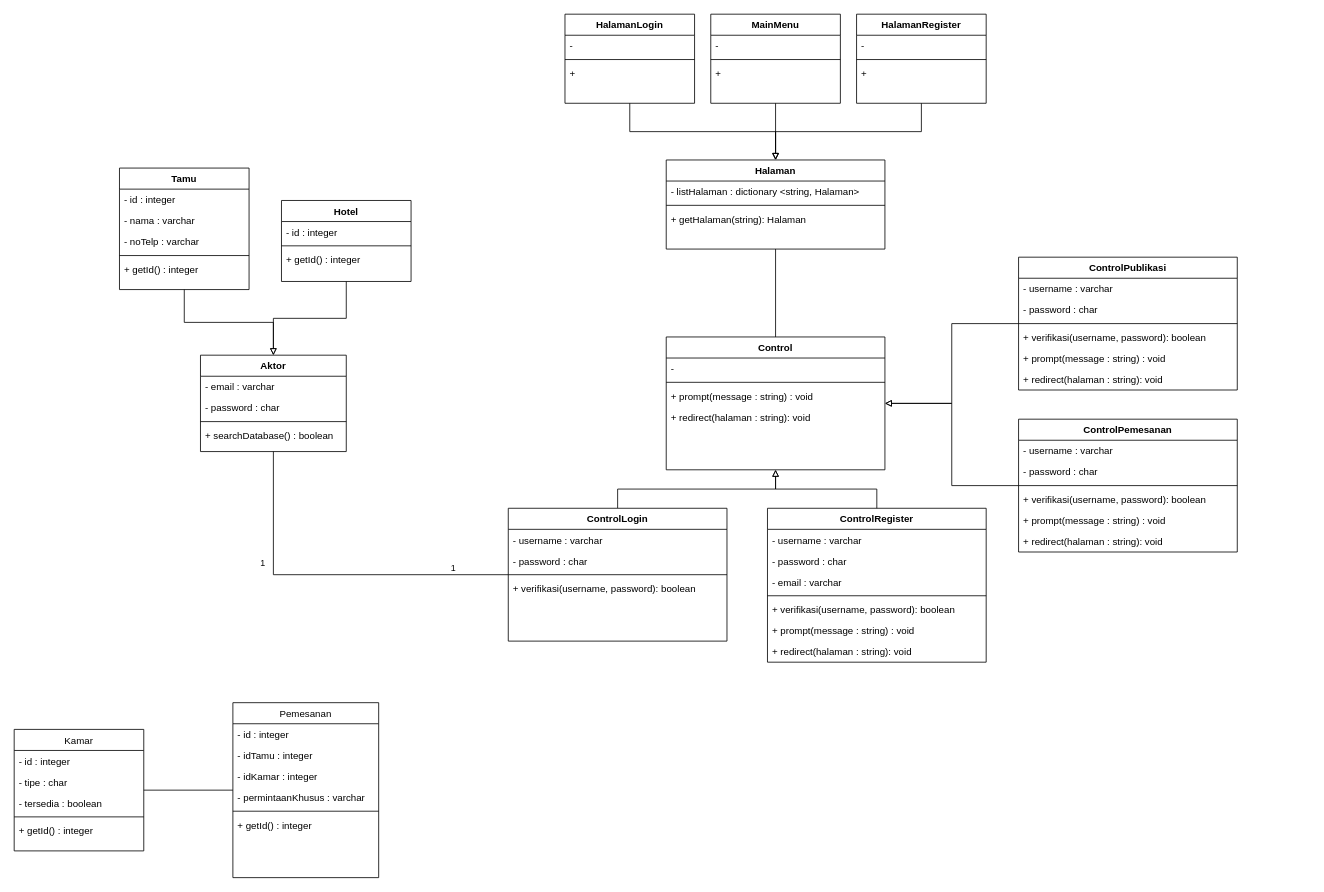
Before: modul8-aps.drawio in ahmrh/diagrams.net, a draw.io diagram. Source tidied: cells renumbered, new cells numbered last; positions are measured from the earlier drawing's top-left corner, leaving out a move shared by most shapes. Both pictures are drawn from the tidied source at 81%, with x=0, y=0 at pixel (14, 14).
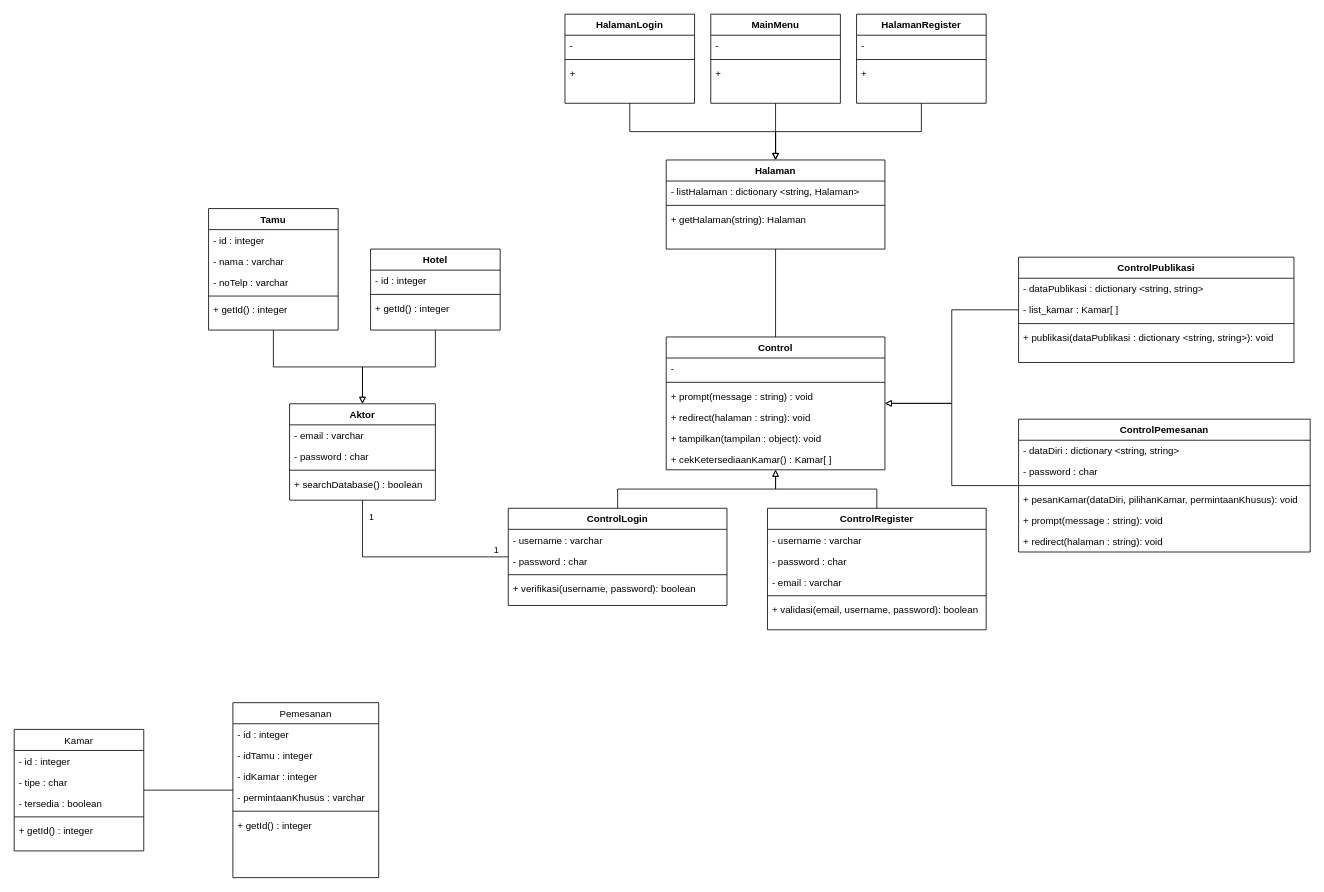
Above is the later version.

Unchanged cells that the change refers to:
```xml
<mxCell id="33" style="edgeStyle=orthogonalEdgeStyle;rounded=0;jettySize=auto;html=1;endArrow=none;endFill=0;" parent="1" edge="1" source="38" target="2">
  <mxGeometry relative="1" as="geometry" />
</mxCell>
<mxCell id="70" value="Control" style="swimlane;fontStyle=1;align=center;verticalAlign=top;horizontal=1;startSize=26;rounded=0;shadow=0;strokeWidth=1;" parent="1" vertex="1">
  <mxGeometry x="805" y="398.5" width="270" height="164" as="geometry" />
</mxCell>
```

What changed in the source:
```diff
@@
     <mxCell id="2" value="Aktor" style="swimlane;fontStyle=1;align=center;verticalAlign=top;horizontal=1;startSize=26;rounded=0;shadow=0;strokeWidth=1;" parent="1" vertex="1">
-      <mxGeometry x="230" y="421" width="180" height="119" as="geometry" />
+      <mxGeometry x="340" y="481" width="180" height="119" as="geometry" />
     </mxCell>
@@
     <mxCell id="8" value="Tamu" style="swimlane;fontStyle=1;align=center;verticalAlign=top;horizontal=1;startSize=26;rounded=0;shadow=0;strokeWidth=1;" parent="1" vertex="1">
-      <mxGeometry x="130" y="190" width="160" height="150" as="geometry" />
+      <mxGeometry x="240" y="240" width="160" height="150" as="geometry" />
     </mxCell>
@@
     <mxCell id="23" value="Hotel" style="swimlane;fontStyle=1;align=center;verticalAlign=top;horizontal=1;startSize=26;rounded=0;shadow=0;strokeWidth=1;" parent="1" vertex="1">
-      <mxGeometry x="330" y="230" width="160" height="100" as="geometry" />
+      <mxGeometry x="440" y="290" width="160" height="100" as="geometry" />
     </mxCell>
@@
     <mxCell id="34" value="1" style="edgeLabel;html=1;align=center;verticalAlign=middle;" parent="33" vertex="1">
       <mxGeometry x="0.35" y="-2" relative="1" as="geometry">
-        <mxPoint x="-16" y="-7" as="offset" />
+        <mxPoint x="-1" y="-48" as="offset" />
       </mxGeometry>
     </mxCell>
     <mxCell id="35" value="1" style="edgeLabel;html=1;align=center;verticalAlign=middle;" parent="33" vertex="1">
       <mxGeometry x="-0.66" y="-2" relative="1" as="geometry">
-        <mxPoint x="6" y="-7" as="offset" />
+        <mxPoint x="26" y="-7" as="offset" />
       </mxGeometry>
     </mxCell>
@@
     <mxCell id="38" value="ControlLogin" style="swimlane;fontStyle=1;align=center;verticalAlign=top;horizontal=1;startSize=26;rounded=0;shadow=0;strokeWidth=1;" parent="1" vertex="1">
-      <mxGeometry x="610" y="610" width="270" height="164" as="geometry" />
+      <mxGeometry x="610" y="610" width="270" height="120" as="geometry" />
     </mxCell>
@@
     <mxCell id="43" value="ControlRegister" style="swimlane;fontStyle=1;align=center;verticalAlign=top;horizontal=1;startSize=26;rounded=0;shadow=0;strokeWidth=1;" parent="1" vertex="1">
-      <mxGeometry x="930" y="610" width="270" height="190" as="geometry" />
+      <mxGeometry x="930" y="610" width="270" height="150" as="geometry" />
     </mxCell>
@@
-    <mxCell id="48" value="+ verifikasi(username, password): boolean" style="text;align=left;verticalAlign=top;spacingLeft=4;spacingRight=4;overflow=hidden;" parent="43" vertex="1">
+    <mxCell id="48" value="+ validasi(email, username, password): boolean" style="text;align=left;verticalAlign=top;spacingLeft=4;spacingRight=4;overflow=hidden;" parent="43" vertex="1">
       <mxGeometry y="112" width="270" height="26" as="geometry" />
     </mxCell>
-    <mxCell id="49" value="+ prompt(message : string) : void" style="text;align=left;verticalAlign=top;spacingLeft=4;spacingRight=4;overflow=hidden;" parent="43" vertex="1">
-      <mxGeometry y="138" width="270" height="26" as="geometry" />
-    </mxCell>
-    <mxCell id="50" value="+ redirect(halaman : string): void" style="text;align=left;verticalAlign=top;spacingLeft=4;spacingRight=4;overflow=hidden;" parent="43" vertex="1">
-      <mxGeometry y="164" width="270" height="26" as="geometry" />
-    </mxCell>
@@
+    <mxCell id="92" value="+ redirect(halaman : string): void" style="text;align=left;verticalAlign=top;spacingLeft=4;spacingRight=4;overflow=hidden;" parent="70" vertex="1">
+      <mxGeometry y="86" width="270" height="26" as="geometry" />
+    </mxCell>
+    <mxCell id="93" value="+ tampilkan(tampilan : object): void" style="text;align=left;verticalAlign=top;spacingLeft=4;spacingRight=4;overflow=hidden;" parent="70" vertex="1">
+      <mxGeometry y="112" width="270" height="26" as="geometry" />
+    </mxCell>
-    <mxCell id="74" value="+ redirect(halaman : string): void" style="text;align=left;verticalAlign=top;spacingLeft=4;spacingRight=4;overflow=hidden;" parent="70" vertex="1">
-      <mxGeometry y="86" width="270" height="26" as="geometry" />
+    <mxCell id="74" value="+ cekKetersediaanKamar() : Kamar[ ]" style="text;align=left;verticalAlign=top;spacingLeft=4;spacingRight=4;overflow=hidden;" parent="70" vertex="1">
+      <mxGeometry y="138" width="270" height="26" as="geometry" />
     </mxCell>
     <mxCell id="75" value="ControlPemesanan" style="swimlane;fontStyle=1;align=center;verticalAlign=top;horizontal=1;startSize=26;rounded=0;shadow=0;strokeWidth=1;" parent="1" vertex="1">
-      <mxGeometry x="1240" y="500" width="270" height="164" as="geometry" />
+      <mxGeometry x="1240" y="500" width="360" height="164" as="geometry" />
     </mxCell>
-    <mxCell id="76" value="- username : varchar" style="text;align=left;verticalAlign=top;spacingLeft=4;spacingRight=4;overflow=hidden;" parent="75" vertex="1">
-      <mxGeometry y="26" width="270" height="26" as="geometry" />
+    <mxCell id="76" value="- dataDiri : dictionary &lt;string, string&gt;" style="text;align=left;verticalAlign=top;spacingLeft=4;spacingRight=4;overflow=hidden;" parent="75" vertex="1">
+      <mxGeometry y="26" width="360" height="26" as="geometry" />
     </mxCell>
     <mxCell id="77" value="- password : char" style="text;align=left;verticalAlign=top;spacingLeft=4;spacingRight=4;overflow=hidden;" parent="75" vertex="1">
-      <mxGeometry y="52" width="270" height="26" as="geometry" />
+      <mxGeometry y="52" width="360" height="26" as="geometry" />
     </mxCell>
     <mxCell id="78" style="line;html=1;strokeWidth=1;align=left;verticalAlign=middle;spacingTop=-1;spacingLeft=3;spacingRight=3;labelPosition=right;" parent="75" vertex="1">
-      <mxGeometry y="78" width="270" height="8" as="geometry" />
+      <mxGeometry y="78" width="360" height="8" as="geometry" />
     </mxCell>
-    <mxCell id="79" value="+ verifikasi(username, password): boolean" style="text;align=left;verticalAlign=top;spacingLeft=4;spacingRight=4;overflow=hidden;" parent="75" vertex="1">
-      <mxGeometry y="86" width="270" height="26" as="geometry" />
+    <mxCell id="79" value="+ pesanKamar(dataDiri, pilihanKamar, permintaanKhusus): void" style="text;align=left;verticalAlign=top;spacingLeft=4;spacingRight=4;overflow=hidden;" parent="75" vertex="1">
+      <mxGeometry y="86" width="360" height="26" as="geometry" />
     </mxCell>
-    <mxCell id="80" value="+ prompt(message : string) : void" style="text;align=left;verticalAlign=top;spacingLeft=4;spacingRight=4;overflow=hidden;" parent="75" vertex="1">
-      <mxGeometry y="112" width="270" height="26" as="geometry" />
+    <mxCell id="80" value="+ prompt(message : string): void" style="text;align=left;verticalAlign=top;spacingLeft=4;spacingRight=4;overflow=hidden;" parent="75" vertex="1">
+      <mxGeometry y="112" width="360" height="26" as="geometry" />
     </mxCell>
     <mxCell id="81" value="+ redirect(halaman : string): void" style="text;align=left;verticalAlign=top;spacingLeft=4;spacingRight=4;overflow=hidden;" parent="75" vertex="1">
-      <mxGeometry y="138" width="270" height="26" as="geometry" />
+      <mxGeometry y="138" width="360" height="26" as="geometry" />
     </mxCell>
@@
     <mxCell id="84" value="ControlPublikasi" style="swimlane;fontStyle=1;align=center;verticalAlign=top;horizontal=1;startSize=26;rounded=0;shadow=0;strokeWidth=1;" parent="1" vertex="1">
-      <mxGeometry x="1240" y="300" width="270" height="164" as="geometry" />
+      <mxGeometry x="1240" y="300" width="340" height="130" as="geometry" />
     </mxCell>
-    <mxCell id="85" value="- username : varchar" style="text;align=left;verticalAlign=top;spacingLeft=4;spacingRight=4;overflow=hidden;" parent="84" vertex="1">
-      <mxGeometry y="26" width="270" height="26" as="geometry" />
+    <mxCell id="85" value="- dataPublikasi : dictionary &lt;string, string&gt;" style="text;align=left;verticalAlign=top;spacingLeft=4;spacingRight=4;overflow=hidden;" parent="84" vertex="1">
+      <mxGeometry y="26" width="340" height="26" as="geometry" />
     </mxCell>
-    <mxCell id="86" value="- password : char" style="text;align=left;verticalAlign=top;spacingLeft=4;spacingRight=4;overflow=hidden;" parent="84" vertex="1">
-      <mxGeometry y="52" width="270" height="26" as="geometry" />
+    <mxCell id="86" value="- list_kamar : Kamar[ ]" style="text;align=left;verticalAlign=top;spacingLeft=4;spacingRight=4;overflow=hidden;" parent="84" vertex="1">
+      <mxGeometry y="52" width="340" height="26" as="geometry" />
     </mxCell>
     <mxCell id="87" style="line;html=1;strokeWidth=1;align=left;verticalAlign=middle;spacingTop=-1;spacingLeft=3;spacingRight=3;labelPosition=right;" parent="84" vertex="1">
-      <mxGeometry y="78" width="270" height="8" as="geometry" />
+      <mxGeometry y="78" width="340" height="8" as="geometry" />
     </mxCell>
-    <mxCell id="88" value="+ verifikasi(username, password): boolean" style="text;align=left;verticalAlign=top;spacingLeft=4;spacingRight=4;overflow=hidden;" parent="84" vertex="1">
-      <mxGeometry y="86" width="270" height="26" as="geometry" />
-    </mxCell>
-    <mxCell id="89" value="+ prompt(message : string) : void" style="text;align=left;verticalAlign=top;spacingLeft=4;spacingRight=4;overflow=hidden;" parent="84" vertex="1">
-      <mxGeometry y="112" width="270" height="26" as="geometry" />
+    <mxCell id="89" value="+ publikasi(dataPublikasi : dictionary &lt;string, string&gt;): void" style="text;align=left;verticalAlign=top;spacingLeft=4;spacingRight=4;overflow=hidden;" parent="84" vertex="1">
+      <mxGeometry y="86" width="340" height="26" as="geometry" />
     </mxCell>
-    <mxCell id="90" value="+ redirect(halaman : string): void" style="text;align=left;verticalAlign=top;spacingLeft=4;spacingRight=4;overflow=hidden;" parent="84" vertex="1">
-      <mxGeometry y="138" width="270" height="26" as="geometry" />
-    </mxCell>
```
